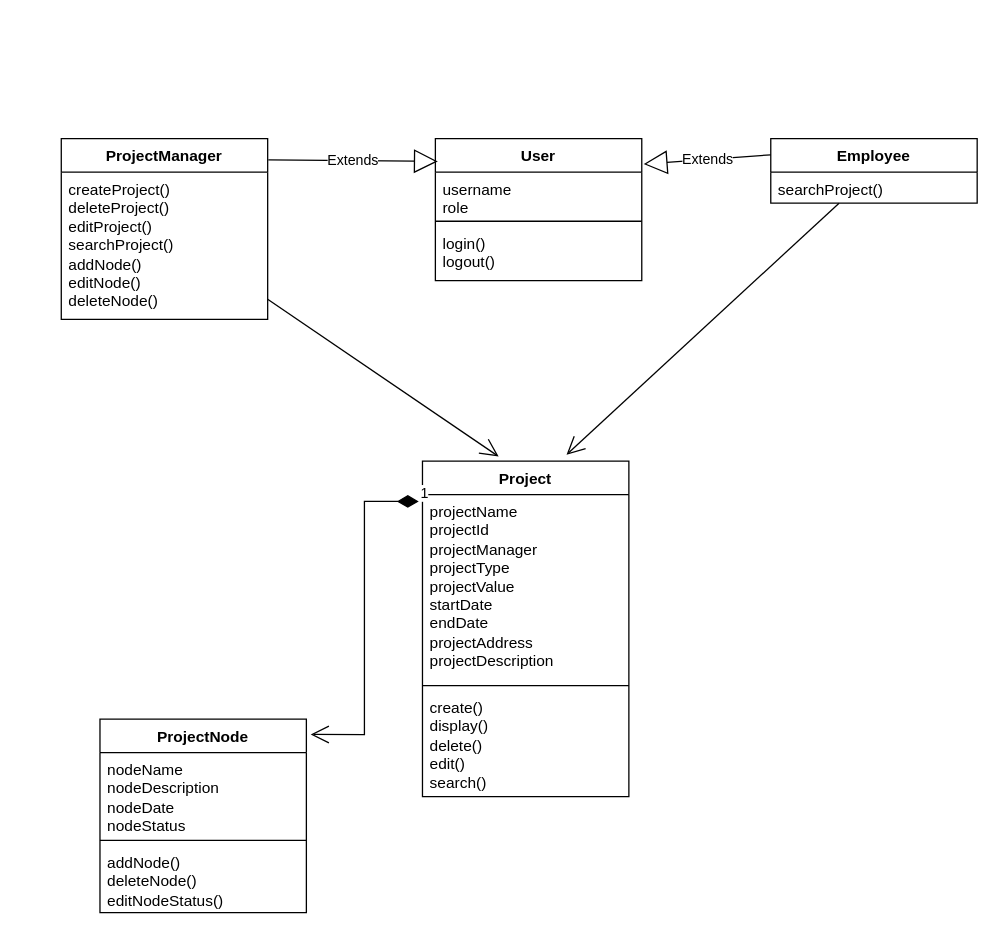
The draw.io diagram 类图/class diagram test1.drawio in fiorediciliegio/-2024-, before the edit. Source tidied: cells renumbered, new cells numbered last; positions are measured from the earlier drawing's top-left corner, leaving out a move shared by most shapes. Both pictures are drawn from the tidied source at 129%, with x=0, y=0 at pixel (61, 138).
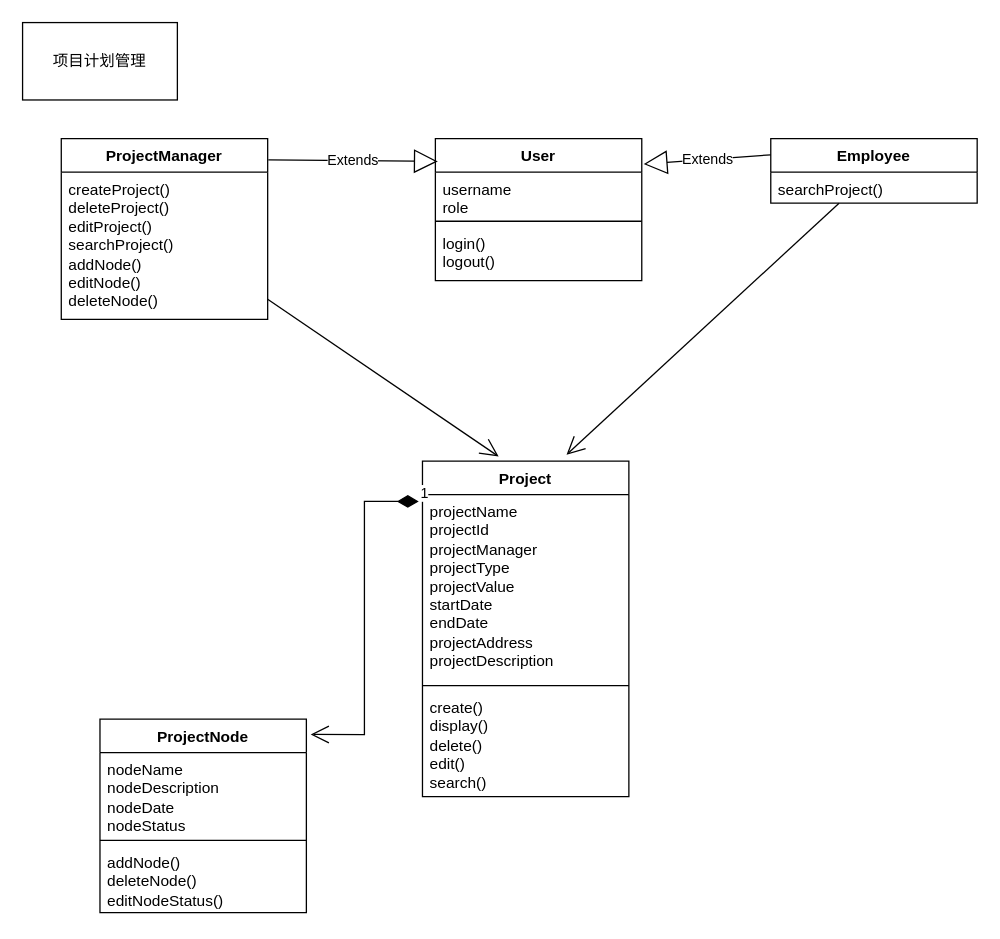
After the change.

Diff of the diagram source:
```diff
@@
+    <mxCell id="23" value="项目计划管理" style="whiteSpace=wrap;html=1;" parent="1" vertex="1">
+      <mxGeometry x="-30" y="-90" width="120" height="60" as="geometry" />
+    </mxCell>
```
